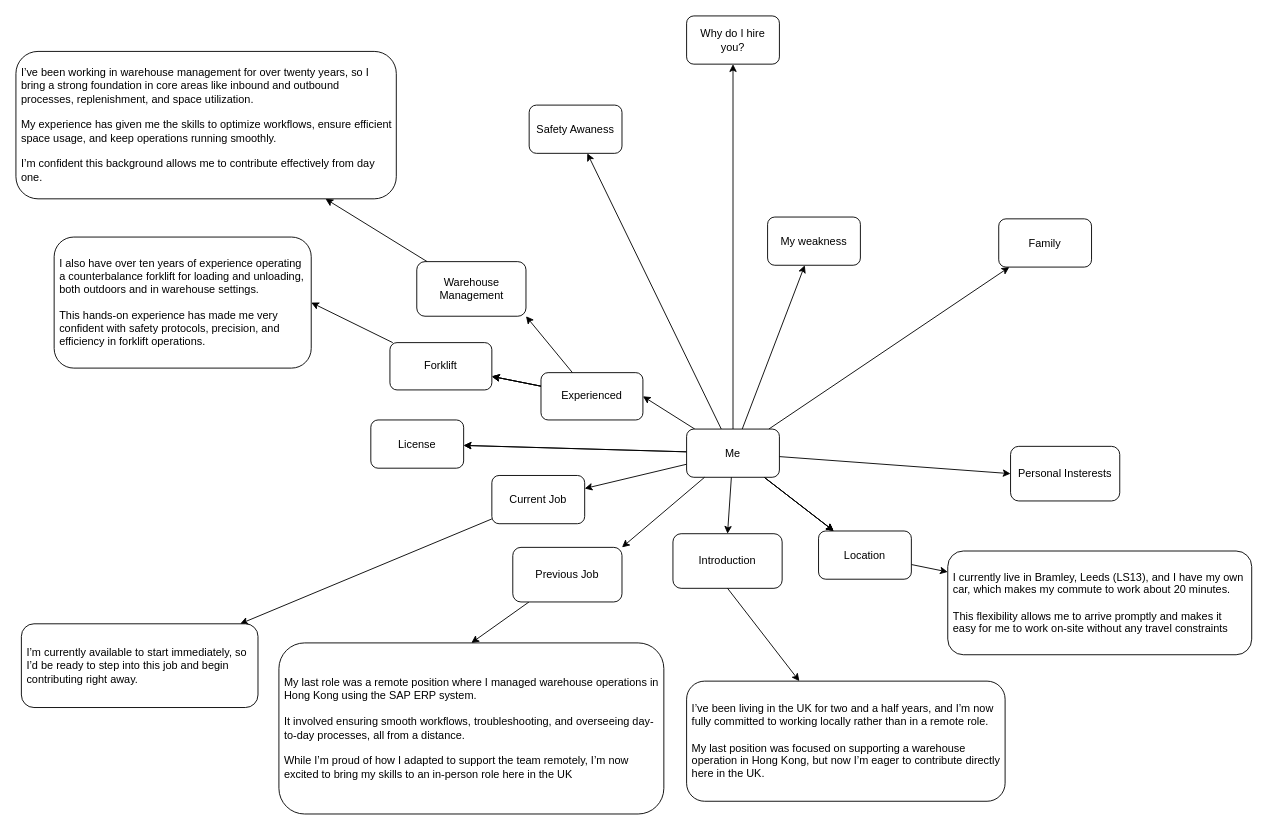
Earlier version of the draw.io diagram MindMap.drawio (chengkahohk/ZPHK_GR_workflow). Source tidied: cells renumbered, new cells numbered last; positions are measured from the earlier drawing's top-left corner, leaving out a move shared by most shapes. Both pictures are drawn from the tidied source at 91%, with x=0, y=0 at pixel (15, 15).
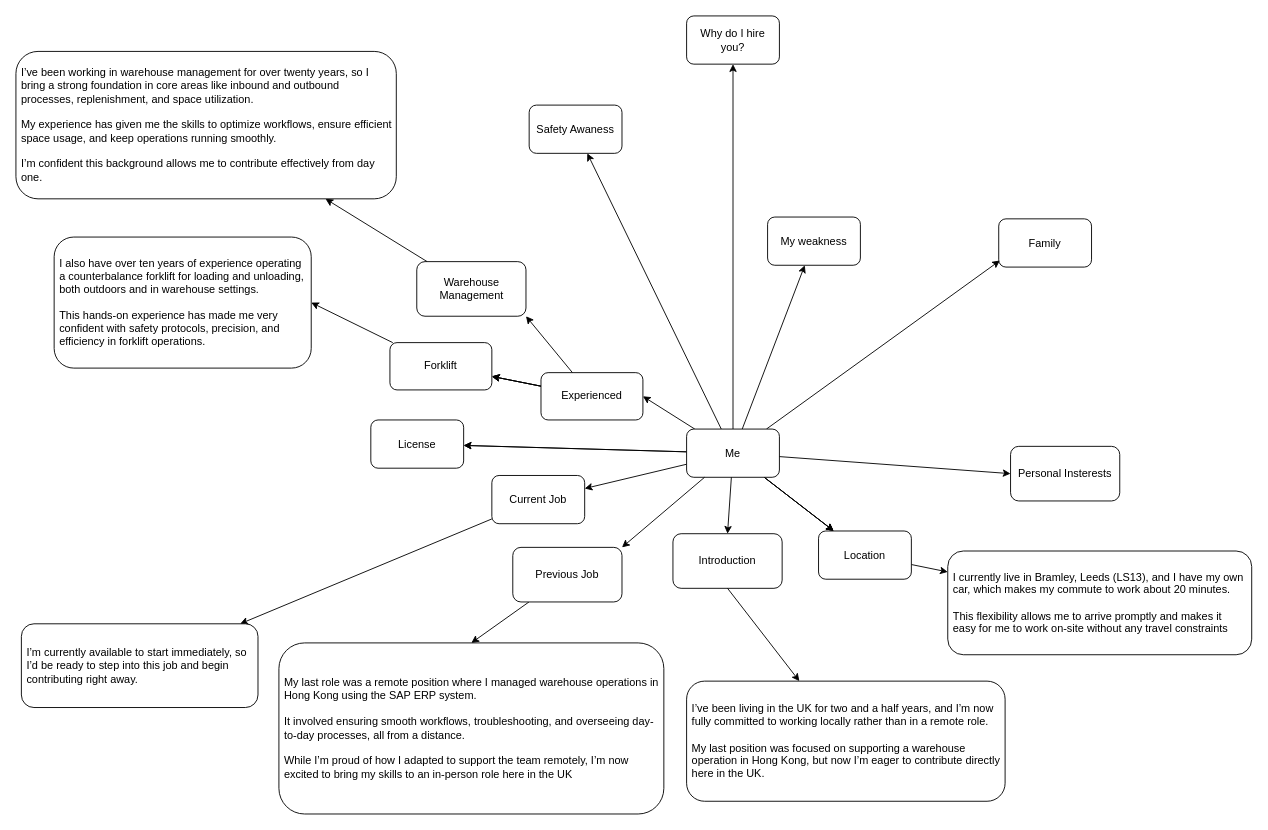
After the change.

The change refers to these unchanged cells:
```xml
<mxCell id="13" value="Me" style="rounded=1;whiteSpace=wrap;html=1;" parent="1" vertex="1">
  <mxGeometry x="737" y="454" width="102" height="53" as="geometry" />
</mxCell>
<mxCell id="43" value="Family" style="rounded=1;whiteSpace=wrap;html=1;" parent="1" vertex="1">
  <mxGeometry x="1080" y="223" width="102" height="53" as="geometry" />
</mxCell>
```

What changed in the source:
```diff
@@
-    <mxCell id="9" style="rounded=0;jettySize=auto;fontFamily=Helvetica;fontSize=12;fontColor=default;elbow=vertical;" parent="1" edge="1" source="13" target="43">
+    <mxCell id="9" style="rounded=0;jettySize=auto;fontFamily=Helvetica;fontSize=12;fontColor=default;elbow=vertical;entryX=0.013;entryY=0.864;entryDx=0;entryDy=0;entryPerimeter=0;" parent="1" edge="1" source="13" target="43">
       <mxGeometry relative="1" as="geometry" />
     </mxCell>
```
